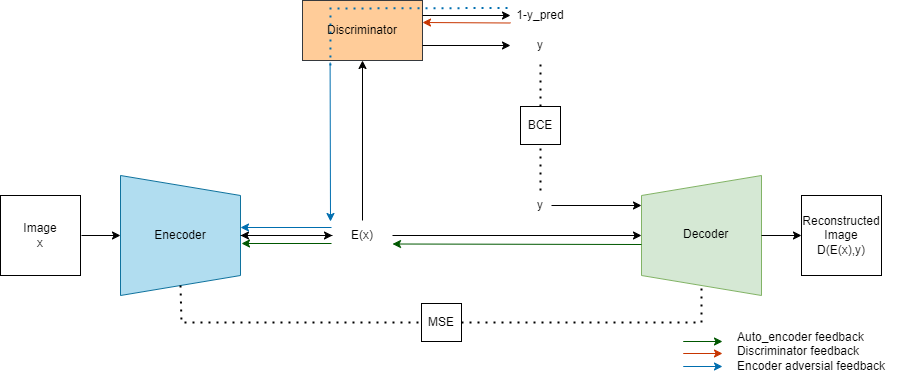
Earlier version of the draw.io export Results/architecture.png (YounesNA25/Fader-Networks--Manipulating-Images-by-Sliding-Attributes). Source tidied: cells renumbered, new cells last; positions are measured from the earlier drawing's top-left corner, leaving out a move shared by most shapes. Source of this version:
```xml
<mxGraphModel>
  <root>
    <mxCell id="0" />
    <mxCell id="1" parent="0" />
    <mxCell id="2" style="shape=trapezoid;perimeter=trapezoidPerimeter;whiteSpace=wrap;html=1;fixedSize=1;rotation=90;fillColor=#b1ddf0;strokeColor=#10739e;" parent="1" vertex="1">
      <mxGeometry x="120" y="175" width="120" height="120" as="geometry" />
    </mxCell>
    <mxCell id="3" style="shape=trapezoid;perimeter=trapezoidPerimeter;whiteSpace=wrap;html=1;fixedSize=1;rotation=-90;fillColor=#d5e8d4;strokeColor=#82b366;" parent="1" vertex="1">
      <mxGeometry x="641" y="175" width="120" height="120" as="geometry" />
    </mxCell>
    <mxCell id="4" value="Image&lt;br&gt;x" style="whiteSpace=wrap;html=1;" parent="1" vertex="1">
      <mxGeometry y="195" width="80" height="80" as="geometry" />
    </mxCell>
    <mxCell id="5" value="Enecoder" style="text;html=1;strokeColor=none;fillColor=none;align=center;verticalAlign=middle;whiteSpace=wrap;rounded=0;" parent="1" vertex="1">
      <mxGeometry x="150" y="220" width="60" height="30" as="geometry" />
    </mxCell>
    <mxCell id="6" value="&lt;div style=&quot;text-align: center;&quot;&gt;&lt;span style=&quot;background-color: initial;&quot;&gt;Decoder&lt;/span&gt;&lt;/div&gt;" style="text;whiteSpace=wrap;html=1;" parent="1" vertex="1">
      <mxGeometry x="681" y="220" width="80" height="30" as="geometry" />
    </mxCell>
    <mxCell id="7" value="MSE" style="rounded=0;whiteSpace=wrap;html=1;" parent="1" vertex="1">
      <mxGeometry x="421" y="303" width="40" height="38" as="geometry" />
    </mxCell>
    <mxCell id="8" style="endArrow=none;dashed=1;html=1;dashPattern=1 3;strokeWidth=2;rounded=0;exitX=1;exitY=0.5;exitDx=0;exitDy=0;entryX=0;entryY=0.5;entryDx=0;entryDy=0;" parent="1" edge="1" source="2" target="7">
      <mxGeometry relative="1" as="geometry">
        <Array as="points">
          <mxPoint x="181" y="322" />
        </Array>
      </mxGeometry>
    </mxCell>
    <mxCell id="9" style="endArrow=none;dashed=1;html=1;dashPattern=1 3;strokeWidth=2;rounded=0;exitX=1;exitY=0.5;exitDx=0;exitDy=0;entryX=0;entryY=0.5;entryDx=0;entryDy=0;" parent="1" edge="1" source="7" target="3">
      <mxGeometry relative="1" as="geometry">
        <Array as="points">
          <mxPoint x="701" y="322" />
        </Array>
      </mxGeometry>
    </mxCell>
    <mxCell id="10" value="Discriminator" style="rounded=0;whiteSpace=wrap;html=1;fillColor=#ffcc99;strokeColor=#36393d;" parent="1" vertex="1">
      <mxGeometry x="302" width="120" height="60" as="geometry" />
    </mxCell>
    <mxCell id="11" style="endArrow=classic;html=1;rounded=0;entryX=0.5;entryY=1;entryDx=0;entryDy=0;exitX=0.5;exitY=0;exitDx=0;exitDy=0;" parent="1" edge="1" source="13" target="10">
      <mxGeometry relative="1" as="geometry" />
    </mxCell>
    <mxCell id="12" style="edgeStyle=orthogonalEdgeStyle;rounded=0;jettySize=auto;html=1;" parent="1" edge="1" source="13" target="2">
      <mxGeometry relative="1" as="geometry" />
    </mxCell>
    <mxCell id="13" value="E(x)" style="text;html=1;strokeColor=none;fillColor=none;align=center;verticalAlign=middle;whiteSpace=wrap;rounded=0;" parent="1" vertex="1">
      <mxGeometry x="332" y="220" width="60" height="30" as="geometry" />
    </mxCell>
    <mxCell id="14" style="endArrow=classic;html=1;rounded=0;entryX=0.75;entryY=0;entryDx=0;entryDy=0;" parent="1" edge="1" target="3">
      <mxGeometry relative="1" as="geometry">
        <mxPoint x="551" y="205" as="sourcePoint" />
      </mxGeometry>
    </mxCell>
    <mxCell id="15" style="endArrow=classic;html=1;rounded=0;exitX=0.5;exitY=0;exitDx=0;exitDy=0;entryX=0;entryY=0.5;entryDx=0;entryDy=0;" parent="1" edge="1" source="2" target="13">
      <mxGeometry relative="1" as="geometry" />
    </mxCell>
    <mxCell id="16" style="endArrow=classic;html=1;rounded=0;entryX=0.5;entryY=0;entryDx=0;entryDy=0;exitX=1;exitY=0.5;exitDx=0;exitDy=0;" parent="1" edge="1" source="13" target="3">
      <mxGeometry relative="1" as="geometry" />
    </mxCell>
    <mxCell id="17" style="endArrow=classic;html=1;rounded=0;entryX=0.5;entryY=1;entryDx=0;entryDy=0;" parent="1" edge="1" target="2">
      <mxGeometry relative="1" as="geometry">
        <mxPoint x="81" y="235" as="sourcePoint" />
      </mxGeometry>
    </mxCell>
    <mxCell id="18" style="endArrow=classic;html=1;rounded=0;exitX=1;exitY=0.5;exitDx=0;exitDy=0;entryX=0;entryY=0.5;entryDx=0;entryDy=0;" parent="1" edge="1" source="6" target="19">
      <mxGeometry relative="1" as="geometry" />
    </mxCell>
    <mxCell id="19" value="Reconstructed Image&lt;br&gt;D(E(x),y)" style="whiteSpace=wrap;html=1;" parent="1" vertex="1">
      <mxGeometry x="801" y="195" width="80" height="80" as="geometry" />
    </mxCell>
    <mxCell id="20" style="endArrow=classic;html=1;rounded=0;exitX=1;exitY=0.25;exitDx=0;exitDy=0;entryX=0;entryY=0.5;entryDx=0;entryDy=0;" parent="1" edge="1" source="10" target="22">
      <mxGeometry relative="1" as="geometry" />
    </mxCell>
    <mxCell id="21" style="endArrow=classic;html=1;rounded=0;exitX=1;exitY=0.75;exitDx=0;exitDy=0;entryX=0;entryY=0.5;entryDx=0;entryDy=0;" parent="1" edge="1" source="10" target="23">
      <mxGeometry relative="1" as="geometry" />
    </mxCell>
    <mxCell id="22" value="1-y_pred" style="text;html=1;strokeColor=none;fillColor=none;align=center;verticalAlign=middle;whiteSpace=wrap;rounded=0;" parent="1" vertex="1">
      <mxGeometry x="510" width="60" height="30" as="geometry" />
    </mxCell>
    <mxCell id="23" value="y" style="text;html=1;strokeColor=none;fillColor=none;align=center;verticalAlign=middle;whiteSpace=wrap;rounded=0;" parent="1" vertex="1">
      <mxGeometry x="510" y="30" width="60" height="30" as="geometry" />
    </mxCell>
    <mxCell id="24" value="y" style="text;html=1;strokeColor=none;fillColor=none;align=center;verticalAlign=middle;whiteSpace=wrap;rounded=0;" parent="1" vertex="1">
      <mxGeometry x="523" y="190" width="34" height="30" as="geometry" />
    </mxCell>
    <mxCell id="25" style="endArrow=none;dashed=1;html=1;dashPattern=1 3;strokeWidth=2;rounded=0;entryX=0.5;entryY=1;entryDx=0;entryDy=0;exitX=0.5;exitY=0;exitDx=0;exitDy=0;" parent="1" edge="1" source="24" target="26">
      <mxGeometry relative="1" as="geometry" />
    </mxCell>
    <mxCell id="26" value="BCE" style="rounded=0;whiteSpace=wrap;html=1;" parent="1" vertex="1">
      <mxGeometry x="520" y="106" width="40" height="38" as="geometry" />
    </mxCell>
    <mxCell id="27" style="endArrow=none;dashed=1;html=1;dashPattern=1 3;strokeWidth=2;rounded=0;entryX=0.5;entryY=1;entryDx=0;entryDy=0;exitX=0.5;exitY=0;exitDx=0;exitDy=0;" parent="1" edge="1" source="26" target="23">
      <mxGeometry relative="1" as="geometry" />
    </mxCell>
    <mxCell id="28" style="endArrow=classic;html=1;rounded=0;fillColor=#008a00;strokeColor=#005700;" parent="1" edge="1">
      <mxGeometry relative="1" as="geometry">
        <mxPoint x="331" y="243" as="sourcePoint" />
        <mxPoint x="241" y="243" as="targetPoint" />
      </mxGeometry>
    </mxCell>
    <mxCell id="29" style="endArrow=classic;html=1;rounded=0;fillColor=#008a00;strokeColor=#005700;entryX=1;entryY=0.75;entryDx=0;entryDy=0;" parent="1" edge="1">
      <mxGeometry relative="1" as="geometry">
        <mxPoint x="641" y="244" as="sourcePoint" />
        <mxPoint x="392" y="243.5" as="targetPoint" />
      </mxGeometry>
    </mxCell>
    <mxCell id="30" style="endArrow=classic;html=1;rounded=0;entryX=0.25;entryY=0;entryDx=0;entryDy=0;fillColor=#1ba1e2;strokeColor=#006EAF;" parent="1" edge="1">
      <mxGeometry relative="1" as="geometry">
        <mxPoint x="331" y="227" as="sourcePoint" />
        <mxPoint x="240" y="227" as="targetPoint" />
      </mxGeometry>
    </mxCell>
    <mxCell id="31" style="endArrow=classic;html=1;rounded=0;exitX=0.405;exitY=1.035;exitDx=0;exitDy=0;exitPerimeter=0;fillColor=#1ba1e2;strokeColor=#006EAF;" parent="1" edge="1">
      <mxGeometry relative="1" as="geometry">
        <mxPoint x="329.6" y="62.1" as="sourcePoint" />
        <mxPoint x="330" y="221" as="targetPoint" />
      </mxGeometry>
    </mxCell>
    <mxCell id="32" style="endArrow=none;dashed=1;html=1;dashPattern=1 3;strokeWidth=2;rounded=0;exitX=0.066;exitY=1.083;exitDx=0;exitDy=0;exitPerimeter=0;fillColor=#1ba1e2;strokeColor=#006EAF;entryX=0;entryY=0.25;entryDx=0;entryDy=0;" parent="1" edge="1">
      <mxGeometry relative="1" as="geometry">
        <mxPoint x="329.9" y="65" as="sourcePoint" />
        <mxPoint x="510" y="7.5" as="targetPoint" />
        <Array as="points">
          <mxPoint x="330" y="8" />
        </Array>
      </mxGeometry>
    </mxCell>
    <mxCell id="33" style="endArrow=classic;html=1;rounded=0;exitX=0;exitY=0.75;exitDx=0;exitDy=0;fillColor=#fa6800;strokeColor=#C73500;" parent="1" edge="1" source="22">
      <mxGeometry relative="1" as="geometry">
        <mxPoint x="422" y="22" as="targetPoint" />
      </mxGeometry>
    </mxCell>
    <mxCell id="34" style="endArrow=classic;html=1;rounded=0;fillColor=#1ba1e2;strokeColor=#006EAF;" parent="1" edge="1">
      <mxGeometry relative="1" as="geometry">
        <mxPoint x="682.7" y="366" as="sourcePoint" />
        <mxPoint x="722" y="366" as="targetPoint" />
      </mxGeometry>
    </mxCell>
    <mxCell id="35" style="endArrow=classic;html=1;rounded=0;fillColor=#fa6800;strokeColor=#C73500;" parent="1" edge="1">
      <mxGeometry relative="1" as="geometry">
        <mxPoint x="682.7" y="353" as="sourcePoint" />
        <mxPoint x="722" y="353" as="targetPoint" />
      </mxGeometry>
    </mxCell>
    <mxCell id="36" style="endArrow=classic;html=1;rounded=0;fillColor=#008a00;strokeColor=#005700;" parent="1" edge="1">
      <mxGeometry relative="1" as="geometry">
        <mxPoint x="682.7" y="341" as="sourcePoint" />
        <mxPoint x="722" y="341" as="targetPoint" />
      </mxGeometry>
    </mxCell>
    <mxCell id="37" value="&lt;div style=&quot;text-align: left;&quot;&gt;&lt;span style=&quot;background-color: initial;&quot;&gt;Auto_encoder feedback&lt;/span&gt;&lt;/div&gt;&lt;div style=&quot;text-align: left;&quot;&gt;&lt;span style=&quot;background-color: initial;&quot;&gt;Discriminator feedback&lt;/span&gt;&lt;br&gt;&lt;/div&gt;&lt;div style=&quot;text-align: left;&quot;&gt;&lt;div style=&quot;border-color: var(--border-color);&quot;&gt;Encoder adversial feedback&lt;/div&gt;&lt;div&gt;&lt;span style=&quot;border-color: var(--border-color); background-color: initial;&quot;&gt;&lt;br&gt;&lt;/span&gt;&lt;/div&gt;&lt;/div&gt;" style="text;html=1;strokeColor=none;fillColor=none;align=center;verticalAlign=middle;whiteSpace=wrap;rounded=0;" parent="1" vertex="1">
      <mxGeometry x="711" y="332" width="200" height="52" as="geometry" />
    </mxCell>
  </root>
</mxGraphModel>
```
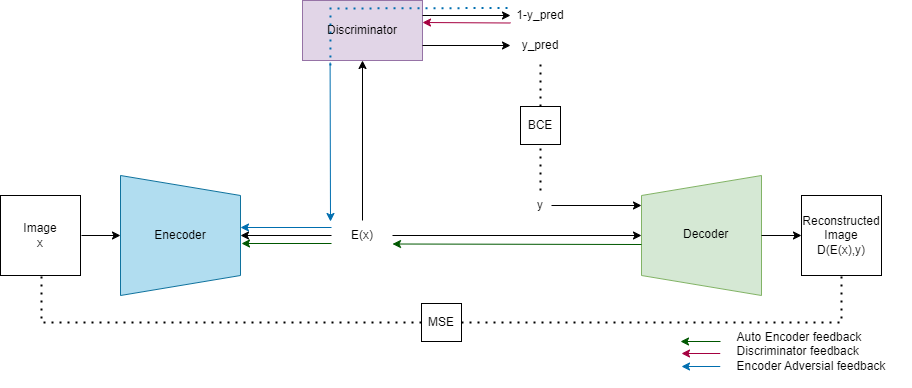
Above is the later version.

Diff of the diagram source:
```diff
@@ -20,29 +20,30 @@
     <mxCell id="7" value="MSE" style="rounded=0;whiteSpace=wrap;html=1;" parent="1" vertex="1">
       <mxGeometry x="421" y="303" width="40" height="38" as="geometry" />
     </mxCell>
-    <mxCell id="8" style="endArrow=none;dashed=1;html=1;dashPattern=1 3;strokeWidth=2;rounded=0;exitX=1;exitY=0.5;exitDx=0;exitDy=0;entryX=0;entryY=0.5;entryDx=0;entryDy=0;" parent="1" edge="1" source="2" target="7">
+    <mxCell id="8" style="endArrow=none;dashed=1;html=1;dashPattern=1 3;strokeWidth=2;rounded=0;entryX=0;entryY=0.5;entryDx=0;entryDy=0;" parent="1" edge="1" target="7">
       <mxGeometry relative="1" as="geometry">
+        <mxPoint x="41" y="276" as="sourcePoint" />
         <Array as="points">
+          <mxPoint x="41" y="322" />
           <mxPoint x="181" y="322" />
         </Array>
       </mxGeometry>
     </mxCell>
-    <mxCell id="9" style="endArrow=none;dashed=1;html=1;dashPattern=1 3;strokeWidth=2;rounded=0;exitX=1;exitY=0.5;exitDx=0;exitDy=0;entryX=0;entryY=0.5;entryDx=0;entryDy=0;" parent="1" edge="1" source="7" target="3">
+    <mxCell id="9" style="endArrow=none;dashed=1;html=1;dashPattern=1 3;strokeWidth=2;rounded=0;exitX=1;exitY=0.5;exitDx=0;exitDy=0;" parent="1" edge="1" source="7">
       <mxGeometry relative="1" as="geometry">
+        <mxPoint x="841" y="276" as="targetPoint" />
         <Array as="points">
           <mxPoint x="701" y="322" />
+          <mxPoint x="841" y="322" />
         </Array>
       </mxGeometry>
     </mxCell>
-    <mxCell id="10" value="Discriminator" style="rounded=0;whiteSpace=wrap;html=1;fillColor=#ffcc99;strokeColor=#36393d;" parent="1" vertex="1">
+    <mxCell id="10" value="Discriminator" style="rounded=0;whiteSpace=wrap;html=1;fillColor=#e1d5e7;strokeColor=#9673a6;" parent="1" vertex="1">
       <mxGeometry x="302" width="120" height="60" as="geometry" />
     </mxCell>
     <mxCell id="11" style="endArrow=classic;html=1;rounded=0;entryX=0.5;entryY=1;entryDx=0;entryDy=0;exitX=0.5;exitY=0;exitDx=0;exitDy=0;" parent="1" edge="1" source="13" target="10">
       <mxGeometry relative="1" as="geometry" />
     </mxCell>
-    <mxCell id="12" style="edgeStyle=orthogonalEdgeStyle;rounded=0;jettySize=auto;html=1;" parent="1" edge="1" source="13" target="2">
-      <mxGeometry relative="1" as="geometry" />
-    </mxCell>
     <mxCell id="13" value="E(x)" style="text;html=1;strokeColor=none;fillColor=none;align=center;verticalAlign=middle;whiteSpace=wrap;rounded=0;" parent="1" vertex="1">
       <mxGeometry x="332" y="220" width="60" height="30" as="geometry" />
     </mxCell>
@@ -51,9 +52,6 @@
         <mxPoint x="551" y="205" as="sourcePoint" />
       </mxGeometry>
     </mxCell>
-    <mxCell id="15" style="endArrow=classic;html=1;rounded=0;exitX=0.5;exitY=0;exitDx=0;exitDy=0;entryX=0;entryY=0.5;entryDx=0;entryDy=0;" parent="1" edge="1" source="2" target="13">
-      <mxGeometry relative="1" as="geometry" />
-    </mxCell>
     <mxCell id="16" style="endArrow=classic;html=1;rounded=0;entryX=0.5;entryY=0;entryDx=0;entryDy=0;exitX=1;exitY=0.5;exitDx=0;exitDy=0;" parent="1" edge="1" source="13" target="3">
       <mxGeometry relative="1" as="geometry" />
     </mxCell>
@@ -77,7 +75,7 @@
     <mxCell id="22" value="1-y_pred" style="text;html=1;strokeColor=none;fillColor=none;align=center;verticalAlign=middle;whiteSpace=wrap;rounded=0;" parent="1" vertex="1">
       <mxGeometry x="510" width="60" height="30" as="geometry" />
     </mxCell>
-    <mxCell id="23" value="y" style="text;html=1;strokeColor=none;fillColor=none;align=center;verticalAlign=middle;whiteSpace=wrap;rounded=0;" parent="1" vertex="1">
+    <mxCell id="23" value="y_pred" style="text;html=1;strokeColor=none;fillColor=none;align=center;verticalAlign=middle;whiteSpace=wrap;rounded=0;" parent="1" vertex="1">
       <mxGeometry x="510" y="30" width="60" height="30" as="geometry" />
     </mxCell>
     <mxCell id="24" value="y" style="text;html=1;strokeColor=none;fillColor=none;align=center;verticalAlign=middle;whiteSpace=wrap;rounded=0;" parent="1" vertex="1">
@@ -125,31 +123,37 @@
         </Array>
       </mxGeometry>
     </mxCell>
-    <mxCell id="33" style="endArrow=classic;html=1;rounded=0;exitX=0;exitY=0.75;exitDx=0;exitDy=0;fillColor=#fa6800;strokeColor=#C73500;" parent="1" edge="1" source="22">
+    <mxCell id="33" style="endArrow=classic;html=1;rounded=0;exitX=0;exitY=0.75;exitDx=0;exitDy=0;fillColor=#d80073;strokeColor=#A50040;" parent="1" edge="1" source="22">
       <mxGeometry relative="1" as="geometry">
         <mxPoint x="422" y="22" as="targetPoint" />
       </mxGeometry>
     </mxCell>
     <mxCell id="34" style="endArrow=classic;html=1;rounded=0;fillColor=#1ba1e2;strokeColor=#006EAF;" parent="1" edge="1">
       <mxGeometry relative="1" as="geometry">
-        <mxPoint x="682.7" y="366" as="sourcePoint" />
-        <mxPoint x="722" y="366" as="targetPoint" />
+        <mxPoint x="719.7" y="366" as="sourcePoint" />
+        <mxPoint x="681" y="366" as="targetPoint" />
       </mxGeometry>
     </mxCell>
-    <mxCell id="35" style="endArrow=classic;html=1;rounded=0;fillColor=#fa6800;strokeColor=#C73500;" parent="1" edge="1">
+    <mxCell id="35" style="endArrow=classic;html=1;rounded=0;fillColor=#d80073;strokeColor=#A50040;" parent="1" edge="1">
       <mxGeometry relative="1" as="geometry">
-        <mxPoint x="682.7" y="353" as="sourcePoint" />
-        <mxPoint x="722" y="353" as="targetPoint" />
+        <mxPoint x="719.7" y="353" as="sourcePoint" />
+        <mxPoint x="681" y="353" as="targetPoint" />
       </mxGeometry>
     </mxCell>
     <mxCell id="36" style="endArrow=classic;html=1;rounded=0;fillColor=#008a00;strokeColor=#005700;" parent="1" edge="1">
       <mxGeometry relative="1" as="geometry">
-        <mxPoint x="682.7" y="341" as="sourcePoint" />
-        <mxPoint x="722" y="341" as="targetPoint" />
+        <mxPoint x="720" y="341" as="sourcePoint" />
+        <mxPoint x="680" y="341" as="targetPoint" />
       </mxGeometry>
     </mxCell>
-    <mxCell id="37" value="&lt;div style=&quot;text-align: left;&quot;&gt;&lt;span style=&quot;background-color: initial;&quot;&gt;Auto_encoder feedback&lt;/span&gt;&lt;/div&gt;&lt;div style=&quot;text-align: left;&quot;&gt;&lt;span style=&quot;background-color: initial;&quot;&gt;Discriminator feedback&lt;/span&gt;&lt;br&gt;&lt;/div&gt;&lt;div style=&quot;text-align: left;&quot;&gt;&lt;div style=&quot;border-color: var(--border-color);&quot;&gt;Encoder adversial feedback&lt;/div&gt;&lt;div&gt;&lt;span style=&quot;border-color: var(--border-color); background-color: initial;&quot;&gt;&lt;br&gt;&lt;/span&gt;&lt;/div&gt;&lt;/div&gt;" style="text;html=1;strokeColor=none;fillColor=none;align=center;verticalAlign=middle;whiteSpace=wrap;rounded=0;" parent="1" vertex="1">
+    <mxCell id="37" value="&lt;div style=&quot;text-align: left;&quot;&gt;&lt;span style=&quot;background-color: initial;&quot;&gt;Auto Encoder feedback&lt;/span&gt;&lt;/div&gt;&lt;div style=&quot;text-align: left;&quot;&gt;&lt;span style=&quot;background-color: initial;&quot;&gt;Discriminator feedback&lt;/span&gt;&lt;br&gt;&lt;/div&gt;&lt;div style=&quot;text-align: left;&quot;&gt;&lt;div style=&quot;border-color: var(--border-color);&quot;&gt;Encoder Adversial feedback&lt;/div&gt;&lt;div&gt;&lt;span style=&quot;border-color: var(--border-color); background-color: initial;&quot;&gt;&lt;br&gt;&lt;/span&gt;&lt;/div&gt;&lt;/div&gt;" style="text;html=1;strokeColor=none;fillColor=none;align=center;verticalAlign=middle;whiteSpace=wrap;rounded=0;" parent="1" vertex="1">
       <mxGeometry x="711" y="332" width="200" height="52" as="geometry" />
     </mxCell>
+    <mxCell id="38" style="endArrow=classic;html=1;rounded=0;exitX=0;exitY=0.5;exitDx=0;exitDy=0;" parent="1" edge="1">
+      <mxGeometry relative="1" as="geometry">
+        <mxPoint x="331" y="235" as="sourcePoint" />
+        <mxPoint x="240" y="235" as="targetPoint" />
+      </mxGeometry>
+    </mxCell>
   </root>
 </mxGraphModel>
```
